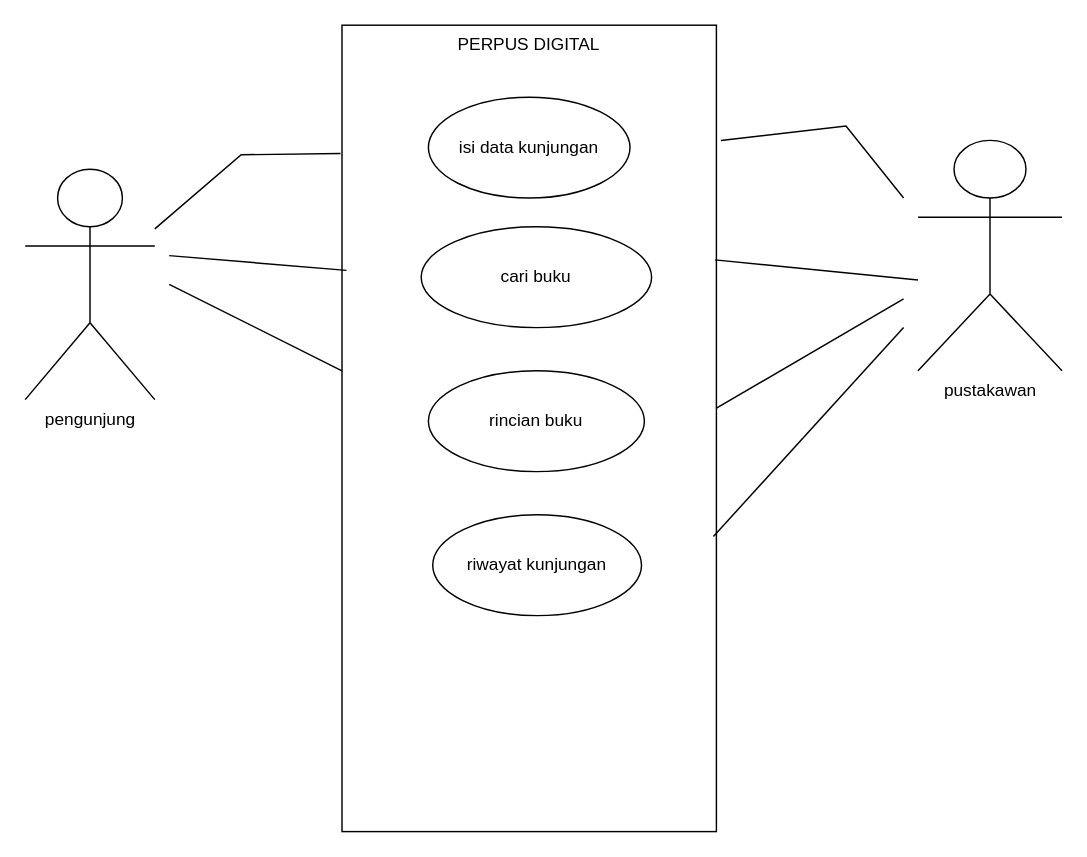
The draw.io diagram Use-Case.drawio in RizniRajbiaa/Perpus-Digital, before the edit. Source tidied: cells renumbered, new cells numbered last; positions are measured from the earlier drawing's top-left corner, leaving out a move shared by most shapes. Both pictures are drawn from the tidied source at 144%, with x=0, y=0 at pixel (24, 24).
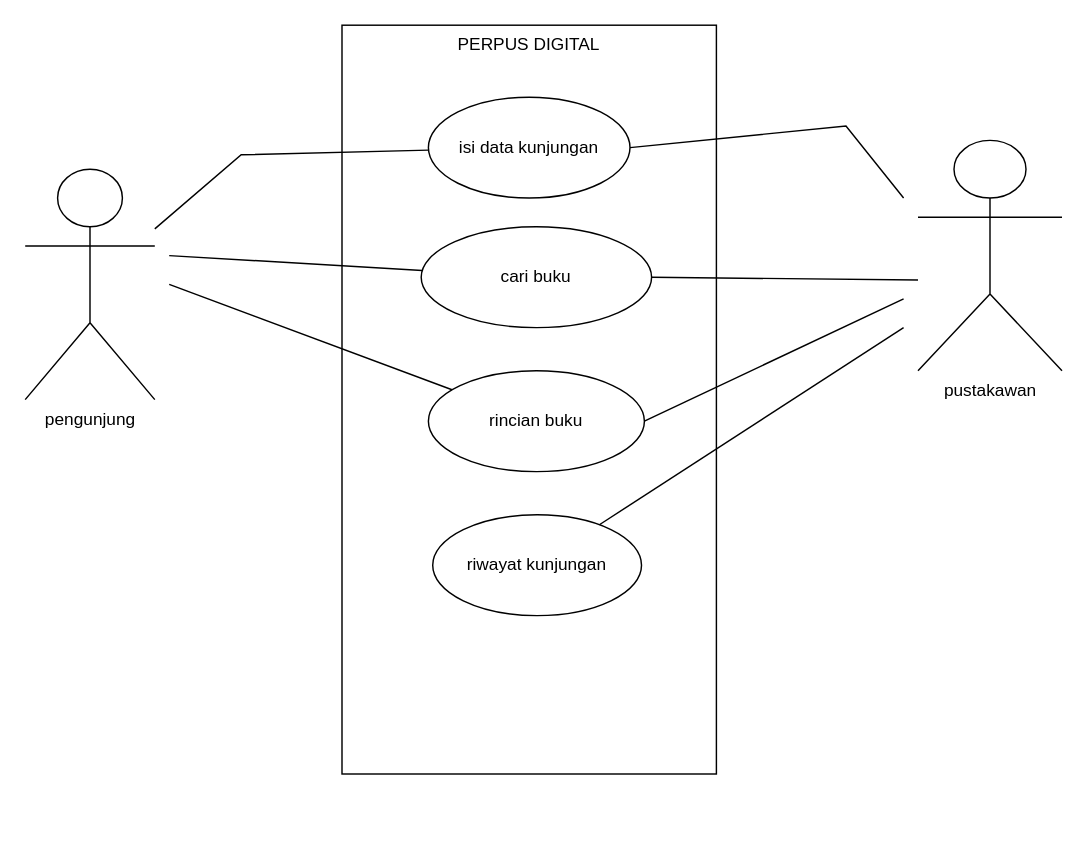
Above is the later version.

Unchanged cells that the change refers to:
```xml
<mxCell id="3" value="isi data kunjungan" style="ellipse;whiteSpace=wrap;html=1;" parent="1" vertex="1">
  <mxGeometry x="280" y="50" width="140" height="70" as="geometry" />
</mxCell>
<mxCell id="4" value="cari buku" style="ellipse;whiteSpace=wrap;html=1;" parent="1" vertex="1">
  <mxGeometry x="275" y="140" width="160" height="70" as="geometry" />
</mxCell>
<mxCell id="5" value="rincian buku" style="ellipse;whiteSpace=wrap;html=1;" parent="1" vertex="1">
  <mxGeometry x="280" y="240" width="150" height="70" as="geometry" />
</mxCell>
<mxCell id="6" value="riwayat kunjungan" style="ellipse;whiteSpace=wrap;html=1;" parent="1" vertex="1">
  <mxGeometry x="283" y="340" width="145" height="70" as="geometry" />
</mxCell>
<mxCell id="7" value="pengunjung" style="shape=umlActor;verticalLabelPosition=bottom;verticalAlign=top;html=1;outlineConnect=0;" parent="1" vertex="1">
  <mxGeometry y="100" width="90" height="160" as="geometry" />
</mxCell>
```

The edit, as a diff of the source:
```diff
@@
     <mxCell id="2" value="PERPUS DIGITAL" style="rounded=0;whiteSpace=wrap;html=1;verticalAlign=top;" parent="1" vertex="1">
-      <mxGeometry x="220" width="260" height="560" as="geometry" />
+      <mxGeometry x="220" width="260" height="520" as="geometry" />
     </mxCell>
@@
-    <mxCell id="9" style="endArrow=none;html=1;rounded=0;entryX=-0.004;entryY=0.159;entryDx=0;entryDy=0;entryPerimeter=0;" parent="1" edge="1" source="7" target="2">
+    <mxCell id="9" style="endArrow=none;html=1;rounded=0;" parent="1" edge="1" source="7" target="3">
       <mxGeometry relative="1" as="geometry">
         <Array as="points">
           <mxPoint x="150" y="90" />
         </Array>
       </mxGeometry>
     </mxCell>
-    <mxCell id="10" style="endArrow=none;html=1;rounded=0;entryX=0.012;entryY=0.304;entryDx=0;entryDy=0;entryPerimeter=0;" parent="1" edge="1" target="2">
+    <mxCell id="10" style="endArrow=none;html=1;rounded=0;" parent="1" edge="1" target="4">
       <mxGeometry relative="1" as="geometry">
         <mxPoint x="100" y="160" as="sourcePoint" />
       </mxGeometry>
     </mxCell>
-    <mxCell id="11" style="endArrow=none;html=1;rounded=0;" parent="1" edge="1">
+    <mxCell id="11" style="endArrow=none;html=1;rounded=0;" parent="1" edge="1" target="5">
       <mxGeometry relative="1" as="geometry">
         <mxPoint x="100" y="180" as="sourcePoint" />
-        <mxPoint x="220" y="240" as="targetPoint" />
       </mxGeometry>
     </mxCell>
-    <mxCell id="12" style="endArrow=none;html=1;rounded=0;exitX=0.996;exitY=0.291;exitDx=0;exitDy=0;exitPerimeter=0;" parent="1" edge="1" source="2">
+    <mxCell id="12" style="endArrow=none;html=1;rounded=0;exitX=1;exitY=0.5;exitDx=0;exitDy=0;" parent="1" edge="1" source="4">
       <mxGeometry relative="1" as="geometry">
         <mxPoint x="620" y="177" as="targetPoint" />
       </mxGeometry>
     </mxCell>
-    <mxCell id="13" style="endArrow=none;html=1;rounded=0;exitX=1.012;exitY=0.143;exitDx=0;exitDy=0;exitPerimeter=0;" parent="1" edge="1" source="2">
+    <mxCell id="13" style="endArrow=none;html=1;rounded=0;exitX=1;exitY=0.5;exitDx=0;exitDy=0;" parent="1" edge="1" source="3">
       <mxGeometry relative="1" as="geometry">
         <mxPoint x="610" y="120" as="targetPoint" />
         <Array as="points">
           <mxPoint x="570" y="70" />
         </Array>
       </mxGeometry>
     </mxCell>
-    <mxCell id="14" style="endArrow=none;html=1;rounded=0;exitX=1;exitY=0.475;exitDx=0;exitDy=0;exitPerimeter=0;" parent="1" edge="1" source="2">
+    <mxCell id="14" style="endArrow=none;html=1;rounded=0;exitX=1;exitY=0.5;exitDx=0;exitDy=0;" parent="1" edge="1" source="5">
       <mxGeometry relative="1" as="geometry">
         <mxPoint x="610" y="190" as="targetPoint" />
       </mxGeometry>
     </mxCell>
-    <mxCell id="15" style="endArrow=none;html=1;rounded=0;exitX=0.992;exitY=0.634;exitDx=0;exitDy=0;exitPerimeter=0;" parent="1" edge="1" source="2">
+    <mxCell id="15" style="endArrow=none;html=1;rounded=0;" parent="1" edge="1" source="6">
       <mxGeometry relative="1" as="geometry">
         <mxPoint x="610" y="210" as="targetPoint" />
       </mxGeometry>
     </mxCell>
```
